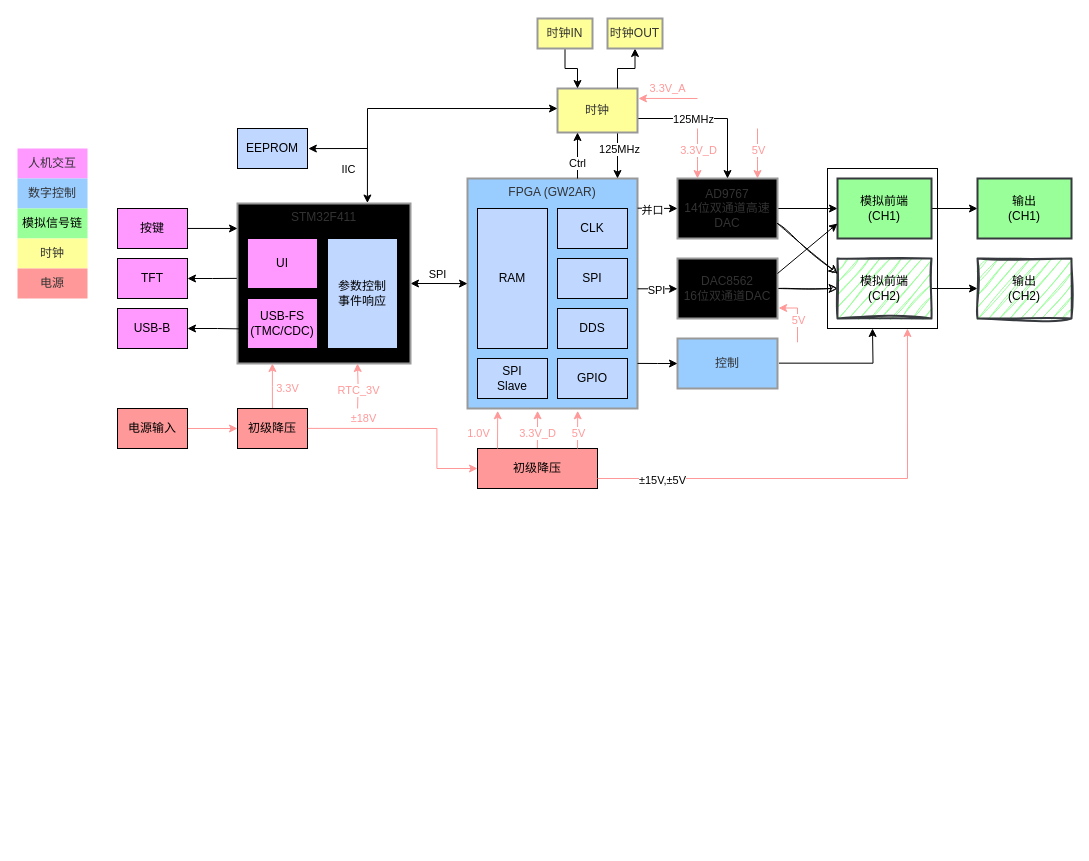
EERNINUO/ArbWave30 keeps this draw.io diagram as docs/流程图/总览.drawio. Above is the earlier version. Source tidied: cells renumbered, new cells numbered last; positions are measured from the earlier drawing's top-left corner, leaving out a move shared by most shapes. Both pictures are drawn from the tidied source at 100%, with x=0, y=0 at pixel (17, 18).
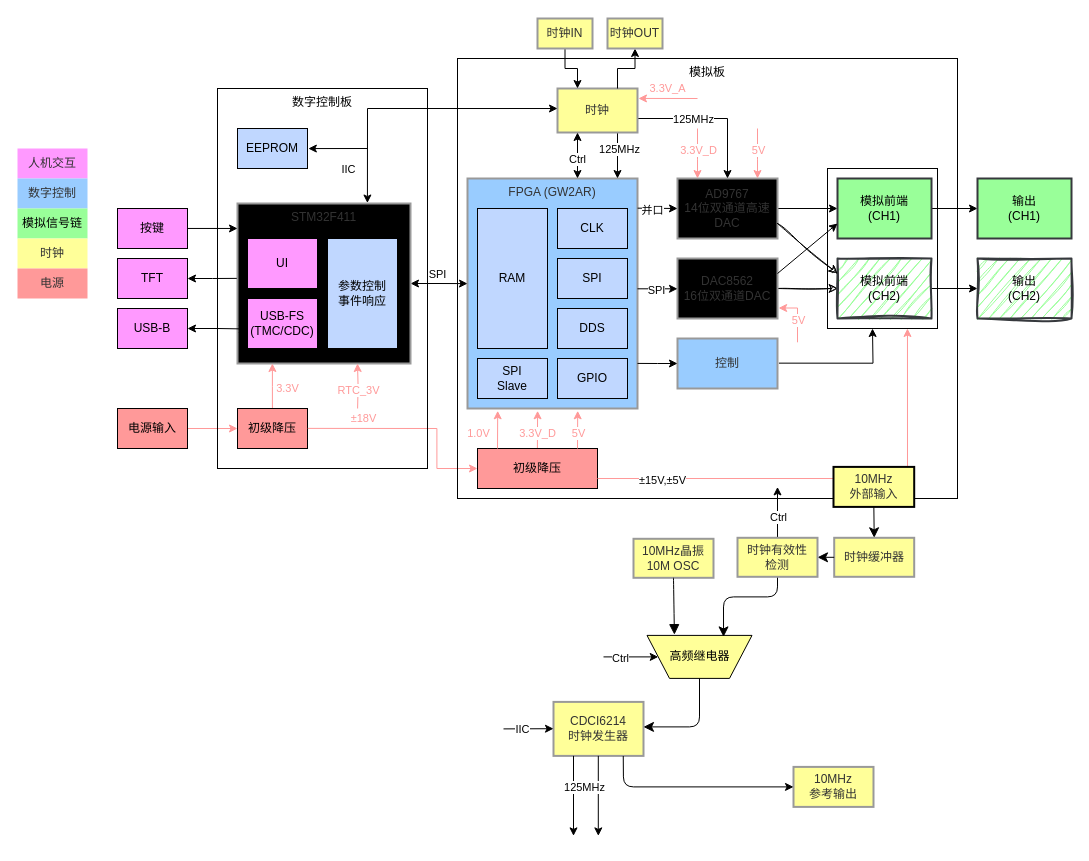
The same diagram, later.

Diff of the diagram source:
```diff
@@
-    <mxCell id="57" style="edgeStyle=orthogonalEdgeStyle;rounded=0;orthogonalLoop=1;jettySize=auto;html=1;" parent="1" edge="1">
+    <mxCell id="57" style="edgeStyle=orthogonalEdgeStyle;rounded=0;orthogonalLoop=1;jettySize=auto;html=1;startArrow=classic;startFill=1;" parent="1" edge="1">
       <mxGeometry relative="1" as="geometry">
         <mxPoint x="560" y="160" as="sourcePoint" />
         <mxPoint x="560" y="114" as="targetPoint" />
       </mxGeometry>
     </mxCell>
     <mxCell id="58" value="Ctrl" style="edgeLabel;html=1;align=center;verticalAlign=middle;" parent="57" vertex="1">
-      <mxGeometry x="-0.29" y="1" relative="1" as="geometry" />
+      <mxGeometry x="-0.29" y="1" relative="1" as="geometry">
+        <mxPoint y="-4" as="offset" />
+      </mxGeometry>
     </mxCell>
@@
+    <mxCell id="87" value="数字控制板" style="rounded=0;whiteSpace=wrap;html=1;fillColor=none;verticalAlign=top;" parent="1" vertex="1">
+      <mxGeometry x="200" y="70" width="210" height="380" as="geometry" />
+    </mxCell>
+    <mxCell id="88" value="模拟板" style="rounded=0;whiteSpace=wrap;html=1;fillColor=none;verticalAlign=top;" parent="1" vertex="1">
+      <mxGeometry x="440" y="40" width="500" height="440" as="geometry" />
+    </mxCell>
+    <mxCell id="89" value="10MHz晶振&#10;10M OSC" style="whiteSpace=wrap;strokeWidth=2;fillColor=light-dark(#FFFF99,#1F2020);strokeColor=light-dark(#999999,#cccccc);fontColor=light-dark(#333333,#cccccc);rotation=0;" parent="1" vertex="1">
+      <mxGeometry x="616" y="520.3" width="80" height="39" as="geometry" />
+    </mxCell>
+    <mxCell id="90" value="CDCI6214&#10;时钟发生器" style="whiteSpace=wrap;strokeWidth=2;fillColor=light-dark(#FFFF99,#1F2020);strokeColor=light-dark(#999999,#cccccc);fontColor=light-dark(#333333,#cccccc);rotation=0;" parent="1" vertex="1">
+      <mxGeometry x="536" y="683.4" width="90" height="54" as="geometry" />
+    </mxCell>
+    <mxCell id="91" value="10MHz&#10;参考输出" style="whiteSpace=wrap;strokeWidth=2;fillColor=light-dark(#FFFF99,#1F2020);strokeColor=light-dark(#999999,#cccccc);fontColor=light-dark(#333333,#cccccc);rotation=0;" parent="1" vertex="1">
+      <mxGeometry x="776" y="748.4" width="80" height="40" as="geometry" />
+    </mxCell>
+    <mxCell id="92" style="curved=1;startArrow=none;endArrow=block;exitX=0.5;exitY=1;entryX=0.739;entryY=1.017;rounded=0;fontSize=12;startSize=8;endSize=8;entryDx=0;entryDy=0;entryPerimeter=0;exitDx=0;exitDy=0;" parent="1" edge="1" source="89" target="93">
+      <mxGeometry relative="1" as="geometry" />
+    </mxCell>
+    <mxCell id="93" value="高频继电器" style="shape=trapezoid;perimeter=trapezoidPerimeter;whiteSpace=wrap;html=1;fixedSize=1;direction=south;rotation=90;size=22.5;horizontal=0;fillColor=light-dark(#FFFF99,#1F2020);" parent="1" vertex="1">
+      <mxGeometry x="660.5" y="585.9" width="43" height="105" as="geometry" />
+    </mxCell>
+    <mxCell id="94" style="endArrow=classic;html=1;fontSize=12;startSize=8;endSize=8;curved=0;exitX=0.5;exitY=0;exitDx=0;exitDy=0;rounded=1;" parent="1" edge="1" source="93">
+      <mxGeometry relative="1" as="geometry">
+        <mxPoint x="626" y="708.4" as="targetPoint" />
+        <Array as="points">
+          <mxPoint x="682" y="708.4" />
+        </Array>
+      </mxGeometry>
+    </mxCell>
+    <mxCell id="95" value="10MHz&#10;外部输入" style="whiteSpace=wrap;strokeWidth=2;fillColor=light-dark(#FFFF99,#1F2020);strokeColor=default;fontColor=light-dark(#333333,#cccccc);verticalAlign=middle;rotation=0;" parent="1" vertex="1">
+      <mxGeometry x="816" y="448.4" width="80.7" height="40" as="geometry" />
+    </mxCell>
+    <mxCell id="96" style="endArrow=classic;html=1;fontSize=12;startSize=8;endSize=8;curved=0;exitX=0.5;exitY=1;exitDx=0;exitDy=0;entryX=0.271;entryY=0.965;entryDx=0;entryDy=0;rounded=1;entryPerimeter=0;" parent="1" edge="1" source="108" target="93">
+      <mxGeometry relative="1" as="geometry">
+        <Array as="points">
+          <mxPoint x="760" y="578.4" />
+          <mxPoint x="706" y="578.4" />
+        </Array>
+      </mxGeometry>
+    </mxCell>
+    <mxCell id="97" style="endArrow=classic;html=1;rounded=1;exitX=0.775;exitY=1.002;exitDx=0;exitDy=0;entryX=0;entryY=0.5;entryDx=0;entryDy=0;curved=0;exitPerimeter=0;" parent="1" edge="1" source="90" target="91">
+      <mxGeometry relative="1" as="geometry">
+        <Array as="points">
+          <mxPoint x="606" y="768.4" />
+        </Array>
+      </mxGeometry>
+    </mxCell>
+    <mxCell id="98" style="endArrow=classic;html=1;rounded=0;" parent="1" edge="1">
+      <mxGeometry relative="1" as="geometry">
+        <mxPoint x="580.8" y="737.4" as="sourcePoint" />
+        <mxPoint x="580.8" y="817.4" as="targetPoint" />
+      </mxGeometry>
+    </mxCell>
+    <mxCell id="99" style="endArrow=classic;html=1;rounded=0;" parent="1" edge="1">
+      <mxGeometry relative="1" as="geometry">
+        <mxPoint x="556" y="737.4" as="sourcePoint" />
+        <mxPoint x="556" y="817.4" as="targetPoint" />
+      </mxGeometry>
+    </mxCell>
+    <mxCell id="100" value="125MHz" style="edgeLabel;html=1;align=center;verticalAlign=middle;" parent="99" vertex="1">
+      <mxGeometry x="-0.03" y="-1" relative="1" as="geometry">
+        <mxPoint x="11" y="-8" as="offset" />
+      </mxGeometry>
+    </mxCell>
+    <mxCell id="101" style="endArrow=classic;html=1;rounded=0;" parent="1" edge="1">
+      <mxGeometry relative="1" as="geometry">
+        <mxPoint x="486" y="710.4" as="sourcePoint" />
+        <mxPoint x="536" y="710.2" as="targetPoint" />
+      </mxGeometry>
+    </mxCell>
+    <mxCell id="102" value="IIC" style="edgeLabel;html=1;align=center;verticalAlign=middle;" parent="101" vertex="1">
+      <mxGeometry x="-0.25" relative="1" as="geometry" />
+    </mxCell>
+    <mxCell id="103" style="endArrow=classic;html=1;rounded=0;" parent="1" edge="1" target="93">
+      <mxGeometry relative="1" as="geometry">
+        <mxPoint x="586" y="638.4" as="sourcePoint" />
+      </mxGeometry>
+    </mxCell>
+    <mxCell id="104" value="Ctrl" style="edgeLabel;html=1;align=center;verticalAlign=middle;" parent="103" vertex="1">
+      <mxGeometry x="-0.43" y="-1" relative="1" as="geometry" />
+    </mxCell>
+    <mxCell id="105" style="endArrow=classic;html=1;fontSize=12;startSize=8;endSize=8;curved=0;exitX=0.5;exitY=1;exitDx=0;exitDy=0;entryX=0.5;entryY=0;entryDx=0;entryDy=0;rounded=1;" parent="1" edge="1" source="95" target="106">
+      <mxGeometry relative="1" as="geometry" />
+    </mxCell>
+    <mxCell id="106" value="时钟缓冲器" style="whiteSpace=wrap;strokeWidth=2;fillColor=light-dark(#FFFF99,#1F2020);strokeColor=light-dark(#999999,#cccccc);fontColor=light-dark(#333333,#cccccc);rotation=0;" parent="1" vertex="1">
+      <mxGeometry x="816.7" y="519.3" width="80" height="39" as="geometry" />
+    </mxCell>
+    <mxCell id="107" style="endArrow=classic;html=1;fontSize=12;startSize=8;endSize=8;curved=0;exitX=0;exitY=0.5;exitDx=0;exitDy=0;entryX=1;entryY=0.5;entryDx=0;entryDy=0;rounded=1;" parent="1" edge="1" source="106" target="108">
+      <mxGeometry relative="1" as="geometry" />
+    </mxCell>
+    <mxCell id="108" value="时钟有效性&#10;检测" style="whiteSpace=wrap;strokeWidth=2;fillColor=light-dark(#FFFF99,#1F2020);strokeColor=light-dark(#999999,#cccccc);fontColor=light-dark(#333333,#cccccc);rotation=0;" parent="1" vertex="1">
+      <mxGeometry x="720" y="519.3" width="80" height="39" as="geometry" />
+    </mxCell>
+    <mxCell id="109" style="endArrow=classic;html=1;rounded=0;" parent="1" edge="1">
+      <mxGeometry relative="1" as="geometry">
+        <mxPoint x="760" y="518.4" as="sourcePoint" />
+        <mxPoint x="760" y="468.4" as="targetPoint" />
+      </mxGeometry>
+    </mxCell>
+    <mxCell id="110" value="Ctrl" style="edgeLabel;html=1;align=center;verticalAlign=middle;" parent="109" vertex="1">
+      <mxGeometry x="-0.43" y="-1" relative="1" as="geometry">
+        <mxPoint x="-1" y="-6" as="offset" />
+      </mxGeometry>
+    </mxCell>
```
